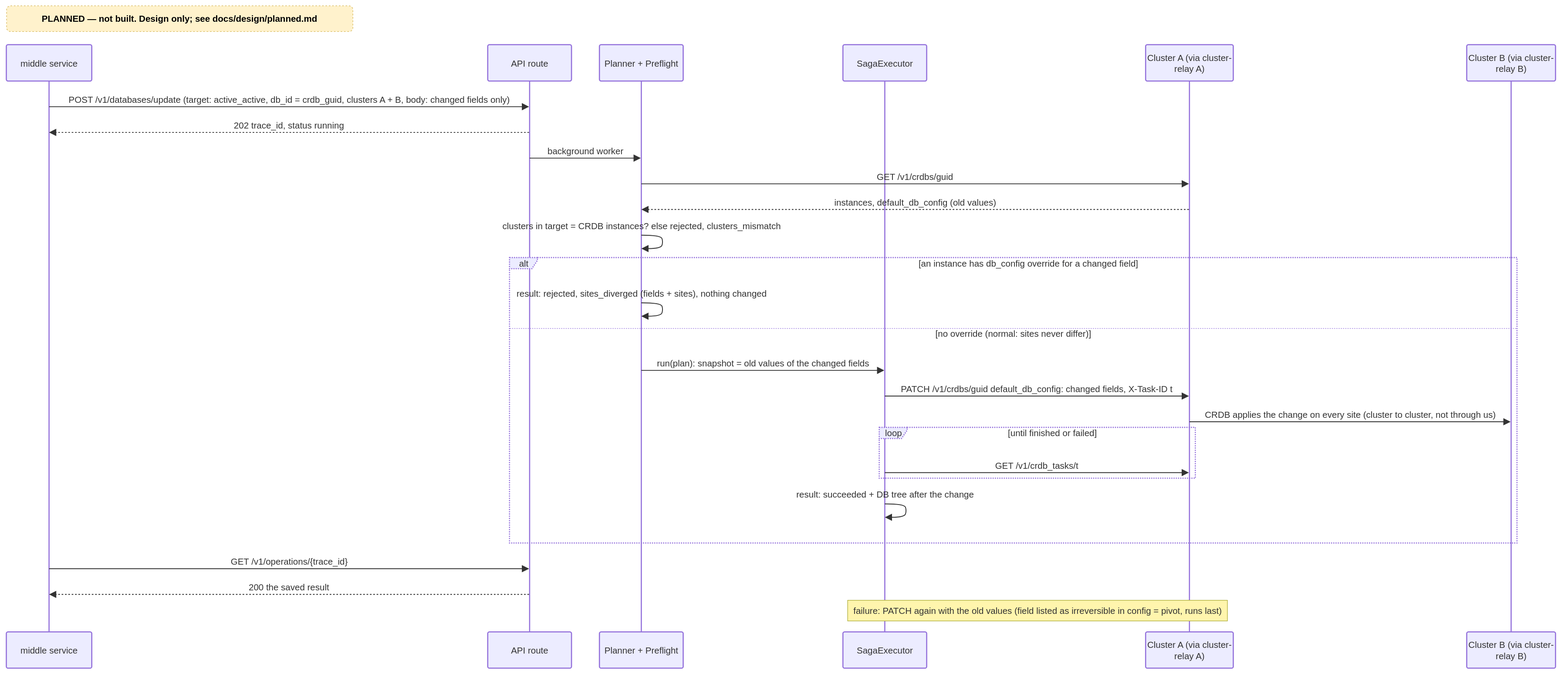
Earlier version of the draw.io export docs/diagrams/planned/p5-seq-edit-active-active.drawio.svg (EliShteinman/redis-enterprise-services). Source tidied: cells renumbered, new cells last; positions are measured from the earlier drawing's top-left corner, leaving out a move shared by most shapes.
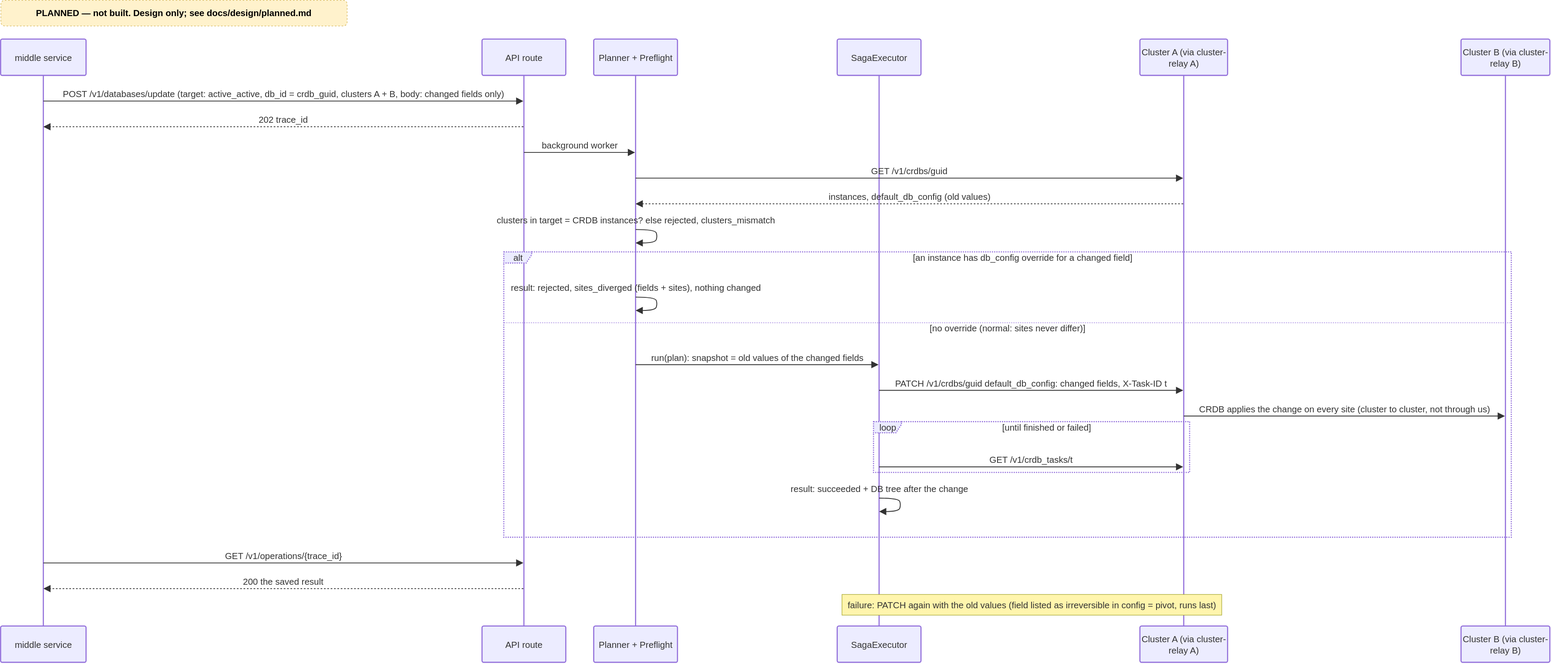
The same diagram one commit later.

Change to the diagram source:
```diff
@@ -45,7 +45,7 @@
         </Array>
       </mxGeometry>
     </mxCell>
-    <mxCell id="15" value="202 trace_id, status running" style="dashed=1;fixDash=1;dashPattern=3 3;endArrow=block;endSize=9;verticalAlign=bottom;spacingBottom=2;edgeStyle=sequenceEdgeStyle;libavoidRouting=0;curved=0;rounded=0;fontSize=16;labelBackgroundColor=none;strokeWidth=1.5;strokeColor=light-dark(#333333,#cccccc);fontColor=light-dark(#333333,#cccccc);fontFamily=Trebuchet MS,Verdana,Arial,sans-serif;" parent="1" edge="1" source="3" target="2">
+    <mxCell id="15" value="202 trace_id" style="dashed=1;fixDash=1;dashPattern=3 3;endArrow=block;endSize=9;verticalAlign=bottom;spacingBottom=2;edgeStyle=sequenceEdgeStyle;libavoidRouting=0;curved=0;rounded=0;fontSize=16;labelBackgroundColor=none;strokeWidth=1.5;strokeColor=light-dark(#333333,#cccccc);fontColor=light-dark(#333333,#cccccc);fontFamily=Trebuchet MS,Verdana,Arial,sans-serif;" parent="1" edge="1" source="3" target="2">
       <mxGeometry relative="1" as="geometry">
         <Array as="points">
           <mxPoint x="507" y="227" />
```
